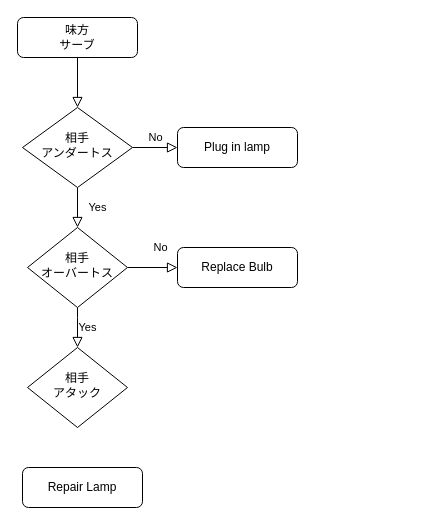
The draw.io diagram 名称未設定ファイル.drawio in furukoshi12/volleyball, before the edit. Source tidied: cells renumbered, new cells numbered last; positions are measured from the earlier drawing's top-left corner, leaving out a move shared by most shapes. Both pictures are drawn from the tidied source at 100%, with x=0, y=0 at pixel (17, 17).
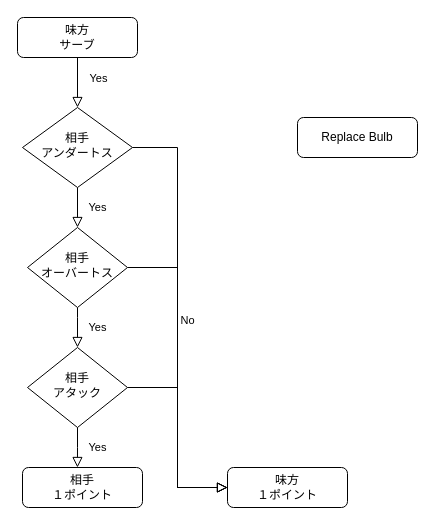
The same diagram, later.

Commit message:
名称未設定ファイル.drawio を更新します

Unchanged cells that the change refers to:
```xml
<mxCell id="2" style="rounded=0;html=1;jettySize=auto;fontSize=11;endArrow=block;endFill=0;endSize=8;strokeWidth=1;shadow=0;labelBackgroundColor=none;edgeStyle=orthogonalEdgeStyle;" parent="1" edge="1" source="3" target="6">
  <mxGeometry relative="1" as="geometry" />
</mxCell>
<mxCell id="6" value="相手&lt;br&gt;アンダートス" style="rhombus;whiteSpace=wrap;html=1;shadow=0;fontFamily=Helvetica;fontSize=12;align=center;strokeWidth=1;spacing=6;spacingTop=-4;" parent="1" vertex="1">
  <mxGeometry x="5" y="90" width="110" height="80" as="geometry" />
</mxCell>
<mxCell id="10" value="相手&lt;br&gt;オーバートス" style="rhombus;whiteSpace=wrap;html=1;shadow=0;fontFamily=Helvetica;fontSize=12;align=center;strokeWidth=1;spacing=6;spacingTop=-4;" parent="1" vertex="1">
  <mxGeometry x="10" y="210" width="100" height="80" as="geometry" />
</mxCell>
<mxCell id="13" value="相手&lt;br&gt;アタック" style="rhombus;whiteSpace=wrap;html=1;shadow=0;fontFamily=Helvetica;fontSize=12;align=center;strokeWidth=1;spacing=6;spacingTop=-4;" parent="1" vertex="1">
  <mxGeometry x="10" y="330" width="100" height="80" as="geometry" />
</mxCell>
```

What changed in the source:
```diff
@@
+    <mxCell id="14" value="Yes" style="edgeLabel;html=1;align=center;verticalAlign=middle;" parent="2" vertex="1">
+      <mxGeometry x="-0.06" relative="1" as="geometry">
+        <mxPoint x="20" y="-4" as="offset" />
+      </mxGeometry>
+    </mxCell>
@@
-    <mxCell id="5" value="No" style="edgeStyle=orthogonalEdgeStyle;rounded=0;html=1;jettySize=auto;fontSize=11;endArrow=block;endFill=0;endSize=8;strokeWidth=1;shadow=0;labelBackgroundColor=none;" parent="1" edge="1" source="6" target="7">
-      <mxGeometry y="10" relative="1" as="geometry" />
+    <mxCell id="5" value="No" style="edgeStyle=orthogonalEdgeStyle;rounded=0;html=1;jettySize=auto;fontSize=11;endArrow=block;endFill=0;endSize=8;strokeWidth=1;shadow=0;labelBackgroundColor=none;exitX=1;exitY=0.5;exitDx=0;exitDy=0;" parent="1" edge="1" source="6">
+      <mxGeometry y="10" relative="1" as="geometry">
+        <mxPoint x="210" y="470" as="targetPoint" />
+        <Array as="points">
+          <mxPoint x="160" y="130" />
+          <mxPoint x="160" y="470" />
+        </Array>
+      </mxGeometry>
     </mxCell>
@@
-    <mxCell id="7" value="Plug in lamp" style="rounded=1;whiteSpace=wrap;html=1;fontSize=12;glass=0;strokeWidth=1;shadow=0;" parent="1" vertex="1">
-      <mxGeometry x="160" y="110" width="120" height="40" as="geometry" />
+    <mxCell id="7" value="味方&lt;br&gt;１ポイント" style="rounded=1;whiteSpace=wrap;html=1;fontSize=12;glass=0;strokeWidth=1;shadow=0;" parent="1" vertex="1">
+      <mxGeometry x="210" y="450" width="120" height="40" as="geometry" />
     </mxCell>
-    <mxCell id="8" value="No" style="rounded=0;html=1;jettySize=auto;fontSize=11;endArrow=block;endFill=0;endSize=8;strokeWidth=1;shadow=0;labelBackgroundColor=none;edgeStyle=orthogonalEdgeStyle;entryX=0;entryY=0.5;entryDx=0;entryDy=0;" parent="1" edge="1" source="10" target="12">
+    <mxCell id="8" style="rounded=0;html=1;jettySize=auto;fontSize=11;endArrow=block;endFill=0;endSize=8;strokeWidth=1;shadow=0;labelBackgroundColor=none;edgeStyle=orthogonalEdgeStyle;exitX=1;exitY=0.5;exitDx=0;exitDy=0;entryX=0;entryY=0.5;entryDx=0;entryDy=0;" parent="1" edge="1" source="10" target="7">
       <mxGeometry x="0.33" y="20" relative="1" as="geometry">
         <Array as="points">
-          <mxPoint x="60" y="250" />
+          <mxPoint x="160" y="250" />
+          <mxPoint x="160" y="470" />
         </Array>
       </mxGeometry>
     </mxCell>
     <mxCell id="9" value="Yes" style="edgeStyle=orthogonalEdgeStyle;rounded=0;html=1;jettySize=auto;fontSize=11;endArrow=block;endFill=0;endSize=8;strokeWidth=1;shadow=0;labelBackgroundColor=none;entryX=0.5;entryY=0;entryDx=0;entryDy=0;exitX=0.5;exitY=1;exitDx=0;exitDy=0;" parent="1" edge="1" source="10" target="13">
-      <mxGeometry y="10" relative="1" as="geometry">
+      <mxGeometry y="20" relative="1" as="geometry">
         <Array as="points">
           <mxPoint x="60" y="300" />
           <mxPoint x="60" y="300" />
         </Array>
       </mxGeometry>
     </mxCell>
@@
-    <mxCell id="11" value="Repair Lamp" style="rounded=1;whiteSpace=wrap;html=1;fontSize=12;glass=0;strokeWidth=1;shadow=0;" parent="1" vertex="1">
+    <mxCell id="11" value="相手&lt;br&gt;１ポイント" style="rounded=1;whiteSpace=wrap;html=1;fontSize=12;glass=0;strokeWidth=1;shadow=0;" parent="1" vertex="1">
       <mxGeometry x="5" y="450" width="120" height="40" as="geometry" />
     </mxCell>
     <mxCell id="12" value="Replace Bulb" style="rounded=1;whiteSpace=wrap;html=1;fontSize=12;glass=0;strokeWidth=1;shadow=0;" parent="1" vertex="1">
-      <mxGeometry x="160" y="230" width="120" height="40" as="geometry" />
+      <mxGeometry x="280" y="100" width="120" height="40" as="geometry" />
     </mxCell>
@@
+    <mxCell id="15" value="Yes" style="edgeStyle=orthogonalEdgeStyle;rounded=0;html=1;jettySize=auto;fontSize=11;endArrow=block;endFill=0;endSize=8;strokeWidth=1;shadow=0;labelBackgroundColor=none;exitX=0.5;exitY=1;exitDx=0;exitDy=0;entryX=0.458;entryY=0;entryDx=0;entryDy=0;entryPerimeter=0;" parent="1" edge="1" source="13" target="11">
+      <mxGeometry y="20" relative="1" as="geometry">
+        <Array as="points">
+          <mxPoint x="60" y="430" />
+          <mxPoint x="60" y="430" />
+        </Array>
+      </mxGeometry>
+    </mxCell>
+    <mxCell id="16" style="rounded=0;html=1;jettySize=auto;fontSize=11;endArrow=block;endFill=0;endSize=8;strokeWidth=1;shadow=0;labelBackgroundColor=none;edgeStyle=orthogonalEdgeStyle;exitX=1;exitY=0.5;exitDx=0;exitDy=0;" parent="1" edge="1" source="13" target="7">
+      <mxGeometry x="0.33" y="20" relative="1" as="geometry">
+        <Array as="points">
+          <mxPoint x="160" y="370" />
+          <mxPoint x="160" y="470" />
+        </Array>
+      </mxGeometry>
+    </mxCell>
```
